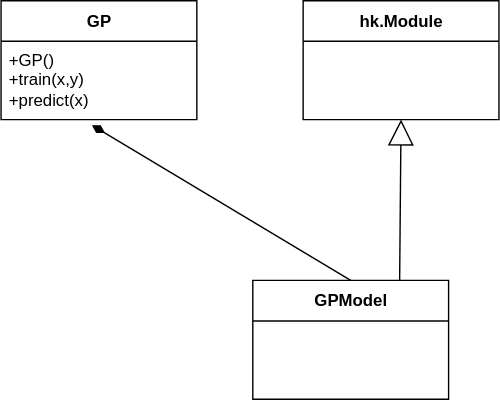
ramsey-devs/ramsey keeps this draw.io diagram as ramsey/_src/gaussian_process/arch.drawio.svg. Above is the earlier version. Source tidied: cells renumbered, new cells last; positions are measured from the earlier drawing's top-left corner, leaving out a move shared by most shapes. Source of this version:
```xml
<mxGraphModel>
  <root>
    <mxCell id="0" />
    <mxCell id="1" parent="0" />
    <mxCell id="2" value="GP" style="swimlane;fontStyle=1;align=center;verticalAlign=middle;horizontal=1;startSize=29;html=1;" parent="1" vertex="1">
      <mxGeometry width="140" height="85" as="geometry" />
    </mxCell>
    <mxCell id="3" value="+GP()&lt;br&gt;+train(x,y)&lt;br&gt;+predict(x)" style="text;html=1;strokeColor=none;fillColor=none;align=left;verticalAlign=middle;spacingLeft=4;spacingRight=4;overflow=hidden;points=[[0,0.5],[1,0.5]];portConstraint=eastwest;" parent="2" vertex="1">
      <mxGeometry y="29" width="140" height="56" as="geometry" />
    </mxCell>
    <mxCell id="4" value="GPModel" style="swimlane;fontStyle=1;align=center;verticalAlign=middle;horizontal=1;startSize=29;html=1;" parent="1" vertex="1">
      <mxGeometry x="180" y="200" width="140" height="85" as="geometry" />
    </mxCell>
    <mxCell id="5" value="hk.Module" style="swimlane;fontStyle=1;align=center;verticalAlign=middle;horizontal=1;startSize=29;html=1;" parent="1" vertex="1">
      <mxGeometry x="216" width="140" height="85" as="geometry" />
    </mxCell>
    <mxCell id="6" style="endArrow=none;startArrow=diamondThin;endFill=0;startFill=1;html=1;verticalAlign=bottom;labelBackgroundColor=none;strokeWidth=1;startSize=8;endSize=8;entryX=0.5;entryY=0;entryDx=0;entryDy=0;exitX=0.464;exitY=1.071;exitDx=0;exitDy=0;exitPerimeter=0;" parent="1" edge="1" source="3" target="4">
      <mxGeometry relative="1" as="geometry" />
    </mxCell>
    <mxCell id="7" style="endArrow=block;endSize=16;endFill=0;html=1;entryX=0.5;entryY=1;entryDx=0;entryDy=0;exitX=0.75;exitY=0;exitDx=0;exitDy=0;" parent="1" edge="1" source="4" target="5">
      <mxGeometry x="-0.12" y="56" relative="1" as="geometry" />
    </mxCell>
  </root>
</mxGraphModel>
```
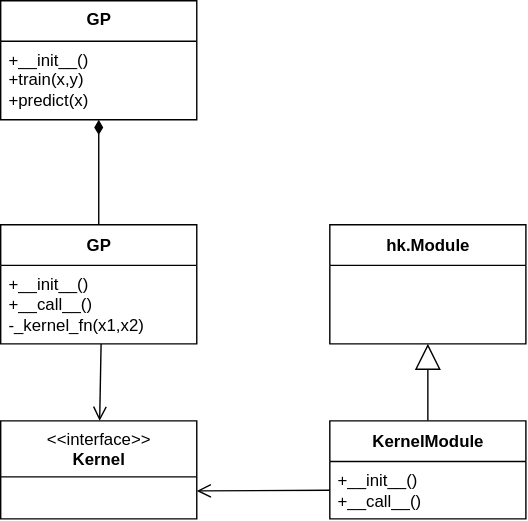
After the commit.

Diff of the diagram source:
```diff
@@ -3,22 +3,42 @@
     <mxCell id="0" />
     <mxCell id="1" parent="0" />
     <mxCell id="2" value="GP" style="swimlane;fontStyle=1;align=center;verticalAlign=middle;horizontal=1;startSize=29;html=1;" parent="1" vertex="1">
-      <mxGeometry width="140" height="85" as="geometry" />
+      <mxGeometry x="-100" y="-120" width="140" height="85" as="geometry" />
     </mxCell>
-    <mxCell id="3" value="+GP()&lt;br&gt;+train(x,y)&lt;br&gt;+predict(x)" style="text;html=1;strokeColor=none;fillColor=none;align=left;verticalAlign=middle;spacingLeft=4;spacingRight=4;overflow=hidden;points=[[0,0.5],[1,0.5]];portConstraint=eastwest;" parent="2" vertex="1">
+    <mxCell id="3" value="+__init__()&lt;br&gt;+train(x,y)&lt;br&gt;+predict(x)" style="text;html=1;strokeColor=none;fillColor=none;align=left;verticalAlign=middle;spacingLeft=4;spacingRight=4;overflow=hidden;points=[[0,0.5],[1,0.5]];portConstraint=eastwest;" parent="2" vertex="1">
       <mxGeometry y="29" width="140" height="56" as="geometry" />
     </mxCell>
-    <mxCell id="4" value="GPModel" style="swimlane;fontStyle=1;align=center;verticalAlign=middle;horizontal=1;startSize=29;html=1;" parent="1" vertex="1">
-      <mxGeometry x="180" y="200" width="140" height="85" as="geometry" />
+    <mxCell id="4" value="GP" style="swimlane;fontStyle=1;align=center;verticalAlign=middle;horizontal=1;startSize=29;html=1;" parent="1" vertex="1">
+      <mxGeometry x="-100" y="40" width="140" height="85" as="geometry" />
     </mxCell>
+    <mxCell id="8" value="+__init__()&lt;br&gt;+__call__()&lt;br&gt;-_kernel_fn(x1,x2)" style="text;html=1;strokeColor=none;fillColor=none;align=left;verticalAlign=middle;spacingLeft=4;spacingRight=4;overflow=hidden;points=[[0,0.5],[1,0.5]];portConstraint=eastwest;" parent="4" vertex="1">
+      <mxGeometry y="29" width="140" height="56" as="geometry" />
+    </mxCell>
     <mxCell id="5" value="hk.Module" style="swimlane;fontStyle=1;align=center;verticalAlign=middle;horizontal=1;startSize=29;html=1;" parent="1" vertex="1">
-      <mxGeometry x="216" width="140" height="85" as="geometry" />
+      <mxGeometry x="135" y="40" width="140" height="85" as="geometry" />
     </mxCell>
-    <mxCell id="6" style="endArrow=none;startArrow=diamondThin;endFill=0;startFill=1;html=1;verticalAlign=bottom;labelBackgroundColor=none;strokeWidth=1;startSize=8;endSize=8;entryX=0.5;entryY=0;entryDx=0;entryDy=0;exitX=0.464;exitY=1.071;exitDx=0;exitDy=0;exitPerimeter=0;" parent="1" edge="1" source="3" target="4">
+    <mxCell id="6" style="endArrow=none;startArrow=diamondThin;endFill=0;startFill=1;html=1;verticalAlign=bottom;labelBackgroundColor=none;strokeWidth=1;startSize=8;endSize=8;entryX=0.5;entryY=0;entryDx=0;entryDy=0;" parent="1" edge="1" source="3" target="4">
       <mxGeometry relative="1" as="geometry" />
     </mxCell>
-    <mxCell id="7" style="endArrow=block;endSize=16;endFill=0;html=1;entryX=0.5;entryY=1;entryDx=0;entryDy=0;exitX=0.75;exitY=0;exitDx=0;exitDy=0;" parent="1" edge="1" source="4" target="5">
+    <mxCell id="7" style="endArrow=block;endSize=16;endFill=0;html=1;entryX=0.5;entryY=1;entryDx=0;entryDy=0;exitX=0.5;exitY=0;exitDx=0;exitDy=0;" parent="1" edge="1" source="9" target="5">
       <mxGeometry x="-0.12" y="56" relative="1" as="geometry" />
     </mxCell>
+    <mxCell id="9" value="KernelModule" style="swimlane;fontStyle=1;align=center;verticalAlign=middle;horizontal=1;startSize=29;html=1;" parent="1" vertex="1">
+      <mxGeometry x="135" y="180" width="140" height="70" as="geometry" />
+    </mxCell>
+    <mxCell id="10" value="+__init__()&lt;br&gt;+__call__()" style="text;html=1;strokeColor=none;fillColor=none;align=left;verticalAlign=middle;spacingLeft=4;spacingRight=4;overflow=hidden;points=[[0,0.5],[1,0.5]];portConstraint=eastwest;" parent="9" vertex="1">
+      <mxGeometry y="29" width="140" height="41" as="geometry" />
+    </mxCell>
+    <mxCell id="11" value="&amp;lt;&amp;lt;interface&amp;gt;&amp;gt;&lt;br&gt;&lt;b&gt;Kernel&lt;/b&gt;" style="swimlane;fontStyle=0;align=center;verticalAlign=top;horizontal=1;startSize=40;html=1;" parent="1" vertex="1">
+      <mxGeometry x="-100" y="180" width="140" height="70" as="geometry" />
+    </mxCell>
+    <mxCell id="12" style="endArrow=open;startArrow=none;endFill=0;startFill=0;endSize=8;html=1;verticalAlign=bottom;labelBackgroundColor=none;strokeWidth=1;exitX=0.512;exitY=1.003;exitDx=0;exitDy=0;exitPerimeter=0;" parent="1" edge="1" source="8" target="11">
+      <mxGeometry relative="1" as="geometry" />
+    </mxCell>
+    <mxCell id="13" style="endArrow=open;startArrow=none;endFill=0;startFill=0;endSize=8;html=1;verticalAlign=bottom;labelBackgroundColor=none;strokeWidth=1;exitX=0;exitY=0.5;exitDx=0;exitDy=0;" parent="1" edge="1" source="10">
+      <mxGeometry relative="1" as="geometry">
+        <mxPoint x="40" y="230" as="targetPoint" />
+      </mxGeometry>
+    </mxCell>
   </root>
 </mxGraphModel>
```
